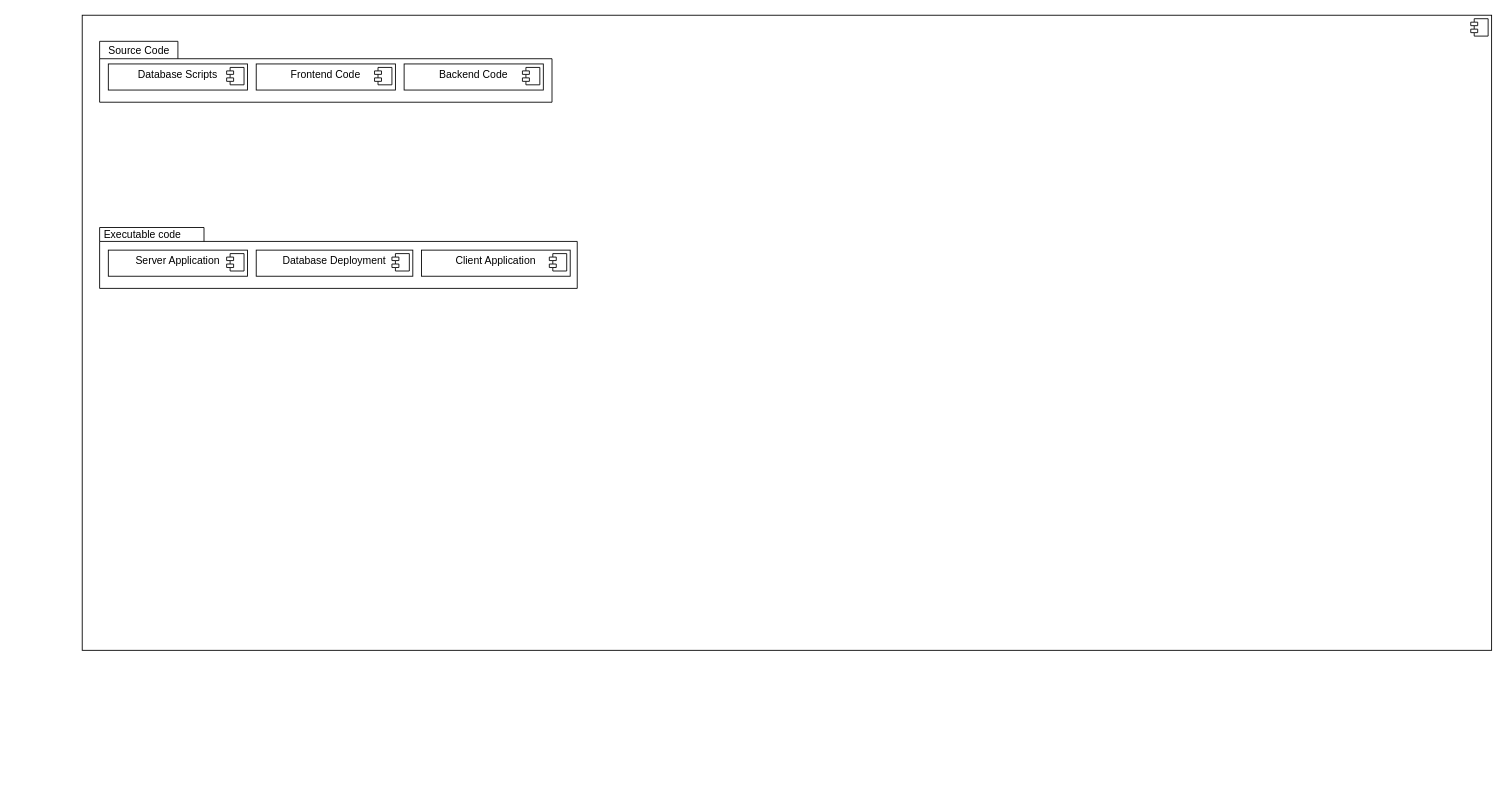
Earlier version of the draw.io diagram compent diagram.drawio (Harshul1484/BMP-). Source tidied: cells renumbered, new cells numbered last; positions are measured from the earlier drawing's top-left corner, leaving out a move shared by most shapes. Both pictures are drawn from the tidied source at 87%, with x=0, y=0 at pixel (82, 15).
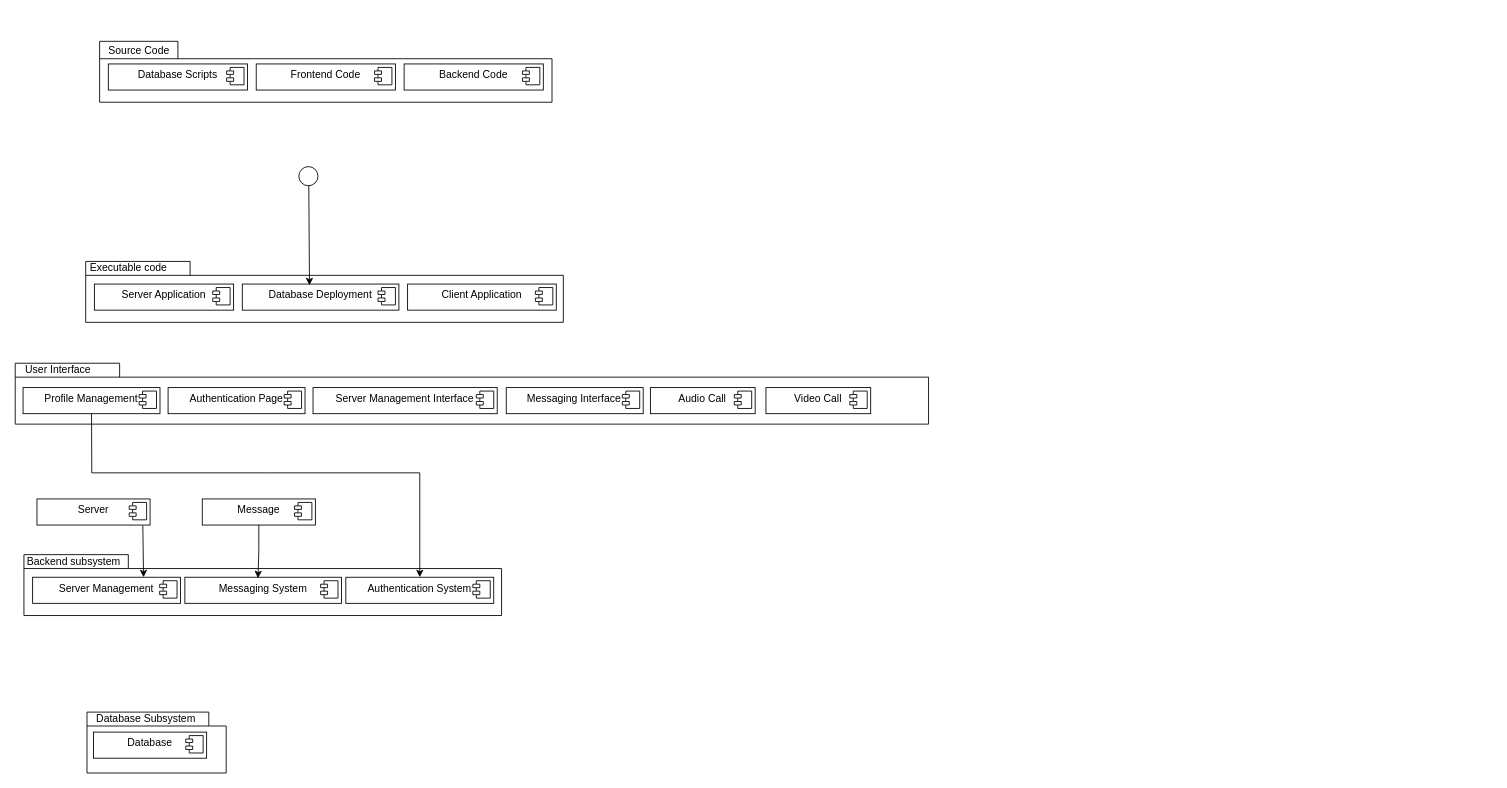
The same diagram, later.

Diff of the diagram source:
```diff
@@
-    <mxCell id="2" value="&lt;p style=&quot;margin:0px;margin-top:6px;text-align:center;&quot;&gt;&lt;br&gt;&lt;/p&gt;" style="align=left;overflow=fill;html=1;whiteSpace=wrap;" parent="1" vertex="1">
-      <mxGeometry width="1620" height="730" as="geometry" />
-    </mxCell>
-    <mxCell id="3" style="shape=component;jettyWidth=8;jettyHeight=4;" parent="2" vertex="1">
-      <mxGeometry x="1" width="20" height="20" relative="1" as="geometry">
-        <mxPoint x="-24" y="4" as="offset" />
-      </mxGeometry>
-    </mxCell>
+    <mxCell id="22" style="group;" parent="1" vertex="1">
+      <mxGeometry x="4" y="279" width="570" height="74" as="geometry" />
+    </mxCell>
+    <mxCell id="23" style="group;" parent="22" vertex="1">
+      <mxGeometry width="570" height="74" as="geometry" />
+    </mxCell>
+    <mxCell id="24" style="shape=folder;fontStyle=1;spacingTop=10;tabWidth=120;tabHeight=16;tabPosition=left;html=1;whiteSpace=wrap;" parent="23" vertex="1">
+      <mxGeometry y="4" width="549" height="70" as="geometry" />
+    </mxCell>
+    <mxCell id="25" value="Executable code" style="text;html=1;align=center;verticalAlign=middle;strokeColor=none;fillColor=none;" parent="23" vertex="1">
+      <mxGeometry x="-6.4" y="-3" width="110" height="30" as="geometry" />
+    </mxCell>
+    <mxCell id="16" value="&lt;p style=&quot;margin:0px;margin-top:6px;text-align:center;&quot;&gt;&lt;span style=&quot;background-color: initial;&quot;&gt;Client Application&lt;/span&gt;&lt;br&gt;&lt;/p&gt;" style="align=left;overflow=fill;html=1;whiteSpace=wrap;" parent="23" vertex="1">
+      <mxGeometry x="370" y="30" width="170.9" height="30" as="geometry" />
+    </mxCell>
+    <mxCell id="26" style="shape=component;jettyWidth=8;jettyHeight=4;" parent="16" vertex="1">
+      <mxGeometry x="1" width="20" height="20" relative="1" as="geometry">
+        <mxPoint x="-24" y="4" as="offset" />
+      </mxGeometry>
+    </mxCell>
+    <mxCell id="18" value="&lt;p style=&quot;margin:0px;margin-top:6px;text-align:center;&quot;&gt;&lt;span style=&quot;background-color: initial;&quot;&gt;Server Application&lt;/span&gt;&lt;br&gt;&lt;/p&gt;" style="align=left;overflow=fill;html=1;whiteSpace=wrap;" parent="22" vertex="1">
+      <mxGeometry x="10" y="30" width="160" height="30" as="geometry" />
+    </mxCell>
+    <mxCell id="27" style="shape=component;jettyWidth=8;jettyHeight=4;" parent="18" vertex="1">
+      <mxGeometry x="1" width="20" height="20" relative="1" as="geometry">
+        <mxPoint x="-24" y="4" as="offset" />
+      </mxGeometry>
+    </mxCell>
+    <mxCell id="20" value="&lt;p style=&quot;margin:0px;margin-top:6px;text-align:center;&quot;&gt;&lt;span style=&quot;background-color: initial;&quot;&gt;Database Deployment&lt;/span&gt;&lt;br&gt;&lt;/p&gt;" style="align=left;overflow=fill;html=1;whiteSpace=wrap;" parent="22" vertex="1">
+      <mxGeometry x="180" y="30" width="180" height="30" as="geometry" />
+    </mxCell>
+    <mxCell id="28" style="shape=component;jettyWidth=8;jettyHeight=4;" parent="20" vertex="1">
+      <mxGeometry x="1" width="20" height="20" relative="1" as="geometry">
+        <mxPoint x="-24" y="4" as="offset" />
+      </mxGeometry>
+    </mxCell>
+    <mxCell id="29" style="group;" parent="1" vertex="1">
+      <mxGeometry x="-77" y="396" width="1090" height="74" as="geometry" />
+    </mxCell>
+    <mxCell id="30" style="group;" parent="29" vertex="1">
+      <mxGeometry x="-0.7" y="-3" width="1050.5" height="77" as="geometry" />
+    </mxCell>
+    <mxCell id="31" style="shape=folder;fontStyle=1;spacingTop=10;tabWidth=120;tabHeight=16;tabPosition=left;html=1;whiteSpace=wrap;" parent="30" vertex="1">
+      <mxGeometry x="0.7" y="7" width="1049.8" height="70" as="geometry" />
+    </mxCell>
+    <mxCell id="32" value="User Interface" style="text;html=1;align=center;verticalAlign=middle;strokeColor=none;fillColor=none;" parent="30" vertex="1">
+      <mxGeometry width="100" height="30" as="geometry" />
+    </mxCell>
+    <mxCell id="33" value="&lt;p style=&quot;margin:0px;margin-top:6px;text-align:center;&quot;&gt;&lt;span style=&quot;background-color: initial;&quot;&gt;Video Call&lt;/span&gt;&lt;br&gt;&lt;/p&gt;" style="align=left;overflow=fill;html=1;whiteSpace=wrap;" parent="30" vertex="1">
+      <mxGeometry x="863.6" y="35" width="120.4" height="30" as="geometry" />
+    </mxCell>
+    <mxCell id="34" style="shape=component;jettyWidth=8;jettyHeight=4;" parent="33" vertex="1">
+      <mxGeometry x="1" width="20" height="20" relative="1" as="geometry">
+        <mxPoint x="-24" y="4" as="offset" />
+      </mxGeometry>
+    </mxCell>
+    <mxCell id="35" value="&lt;p style=&quot;margin:0px;margin-top:6px;text-align:center;&quot;&gt;&lt;span style=&quot;background-color: initial;&quot;&gt;Audio Call&lt;/span&gt;&lt;br&gt;&lt;/p&gt;" style="align=left;overflow=fill;html=1;whiteSpace=wrap;" parent="30" vertex="1">
+      <mxGeometry x="730.8" y="35" width="120.4" height="30" as="geometry" />
+    </mxCell>
+    <mxCell id="36" style="shape=component;jettyWidth=8;jettyHeight=4;" parent="35" vertex="1">
+      <mxGeometry x="1" width="20" height="20" relative="1" as="geometry">
+        <mxPoint x="-24" y="4" as="offset" />
+      </mxGeometry>
+    </mxCell>
+    <mxCell id="37" value="&lt;p style=&quot;margin:0px;margin-top:6px;text-align:center;&quot;&gt;&lt;span style=&quot;background-color: initial;&quot;&gt;Profile Management&lt;/span&gt;&lt;br&gt;&lt;/p&gt;" style="align=left;overflow=fill;html=1;whiteSpace=wrap;" parent="30" vertex="1">
+      <mxGeometry x="9.7" y="35" width="157.4" height="30" as="geometry" />
+    </mxCell>
+    <mxCell id="38" style="shape=component;jettyWidth=8;jettyHeight=4;" parent="37" vertex="1">
+      <mxGeometry x="1" width="20" height="20" relative="1" as="geometry">
+        <mxPoint x="-24" y="4" as="offset" />
+      </mxGeometry>
+    </mxCell>
+    <mxCell id="39" value="&lt;p style=&quot;margin:0px;margin-top:6px;text-align:center;&quot;&gt;&lt;span style=&quot;background-color: initial;&quot;&gt;Authentication Page&lt;/span&gt;&lt;br&gt;&lt;/p&gt;" style="align=left;overflow=fill;html=1;whiteSpace=wrap;" parent="30" vertex="1">
+      <mxGeometry x="176.4" y="35" width="157.4" height="30" as="geometry" />
+    </mxCell>
+    <mxCell id="40" style="shape=component;jettyWidth=8;jettyHeight=4;" parent="39" vertex="1">
+      <mxGeometry x="1" width="20" height="20" relative="1" as="geometry">
+        <mxPoint x="-24" y="4" as="offset" />
+      </mxGeometry>
+    </mxCell>
+    <mxCell id="41" value="&lt;p style=&quot;margin:0px;margin-top:6px;text-align:center;&quot;&gt;&lt;span style=&quot;background-color: initial;&quot;&gt;Server Management Interface&lt;/span&gt;&lt;br&gt;&lt;/p&gt;" style="align=left;overflow=fill;html=1;whiteSpace=wrap;" parent="30" vertex="1">
+      <mxGeometry x="343" y="35" width="211.7" height="30" as="geometry" />
+    </mxCell>
+    <mxCell id="42" style="shape=component;jettyWidth=8;jettyHeight=4;" parent="41" vertex="1">
+      <mxGeometry x="1" width="20" height="20" relative="1" as="geometry">
+        <mxPoint x="-24" y="4" as="offset" />
+      </mxGeometry>
+    </mxCell>
+    <mxCell id="43" value="&lt;p style=&quot;margin:0px;margin-top:6px;text-align:center;&quot;&gt;&lt;span style=&quot;background-color: initial;&quot;&gt;Messaging Interface&lt;/span&gt;&lt;br&gt;&lt;/p&gt;" style="align=left;overflow=fill;html=1;whiteSpace=wrap;" parent="30" vertex="1">
+      <mxGeometry x="565.1" y="35" width="157.4" height="30" as="geometry" />
+    </mxCell>
+    <mxCell id="44" style="shape=component;jettyWidth=8;jettyHeight=4;" parent="43" vertex="1">
+      <mxGeometry x="1" width="20" height="20" relative="1" as="geometry">
+        <mxPoint x="-24" y="4" as="offset" />
+      </mxGeometry>
+    </mxCell>
+    <mxCell id="45" style="edgeStyle=orthogonalEdgeStyle;rounded=0;orthogonalLoop=1;jettySize=auto;html=1;" parent="1" edge="1">
+      <mxGeometry relative="1" as="geometry">
+        <mxPoint x="1466.3" y="365" as="targetPoint" />
+      </mxGeometry>
+    </mxCell>
+    <mxCell id="46" style="group;" parent="1" vertex="1">
+      <mxGeometry x="3" y="794" width="162.5" height="77" as="geometry" />
+    </mxCell>
+    <mxCell id="14" style="shape=folder;fontStyle=1;spacingTop=10;tabWidth=140;tabHeight=16;tabPosition=left;html=1;whiteSpace=wrap;" parent="46" vertex="1">
+      <mxGeometry x="2.5" y="7" width="160" height="70" as="geometry" />
+    </mxCell>
+    <mxCell id="15" value="Database Subsystem" style="text;html=1;align=center;verticalAlign=middle;strokeColor=none;fillColor=none;" parent="46" vertex="1">
+      <mxGeometry width="140" height="30" as="geometry" />
+    </mxCell>
+    <mxCell id="47" value="&lt;p style=&quot;margin:0px;margin-top:6px;text-align:center;&quot;&gt;&lt;span style=&quot;background-color: initial;&quot;&gt;Database&lt;/span&gt;&lt;br&gt;&lt;/p&gt;" style="align=left;overflow=fill;html=1;whiteSpace=wrap;" parent="46" vertex="1">
+      <mxGeometry x="10" y="30" width="130" height="30" as="geometry" />
+    </mxCell>
+    <mxCell id="48" style="shape=component;jettyWidth=8;jettyHeight=4;" parent="47" vertex="1">
+      <mxGeometry x="1" width="20" height="20" relative="1" as="geometry">
+        <mxPoint x="-24" y="4" as="offset" />
+      </mxGeometry>
+    </mxCell>
+    <mxCell id="49" style="group;" parent="1" vertex="1">
+      <mxGeometry x="20" y="26" width="520" height="74" as="geometry" />
+    </mxCell>
-    <mxCell id="4" style="group;" parent="1" vertex="1">
-      <mxGeometry x="20" y="26" width="520" height="74" as="geometry" />
+    <mxCell id="4" style="group;" parent="49" vertex="1">
+      <mxGeometry width="520" height="74" as="geometry" />
     </mxCell>
@@
-    <mxCell id="7" value="&lt;p style=&quot;margin:0px;margin-top:6px;text-align:center;&quot;&gt;&lt;span style=&quot;background-color: initial;&quot;&gt;Database Scripts&lt;/span&gt;&lt;br&gt;&lt;/p&gt;" style="align=left;overflow=fill;html=1;whiteSpace=wrap;" parent="1" vertex="1">
-      <mxGeometry x="30" y="56" width="160" height="30" as="geometry" />
+    <mxCell id="7" value="&lt;p style=&quot;margin:0px;margin-top:6px;text-align:center;&quot;&gt;&lt;span style=&quot;background-color: initial;&quot;&gt;Database Scripts&lt;/span&gt;&lt;br&gt;&lt;/p&gt;" style="align=left;overflow=fill;html=1;whiteSpace=wrap;" parent="49" vertex="1">
+      <mxGeometry x="10" y="30" width="160" height="30" as="geometry" />
     </mxCell>
@@
-    <mxCell id="9" value="&lt;p style=&quot;margin:0px;margin-top:6px;text-align:center;&quot;&gt;&lt;span style=&quot;background-color: initial;&quot;&gt;Frontend Code&lt;/span&gt;&lt;br&gt;&lt;/p&gt;" style="align=left;overflow=fill;html=1;whiteSpace=wrap;" parent="1" vertex="1">
-      <mxGeometry x="200" y="56" width="160" height="30" as="geometry" />
+    <mxCell id="9" value="&lt;p style=&quot;margin:0px;margin-top:6px;text-align:center;&quot;&gt;&lt;span style=&quot;background-color: initial;&quot;&gt;Frontend Code&lt;/span&gt;&lt;br&gt;&lt;/p&gt;" style="align=left;overflow=fill;html=1;whiteSpace=wrap;" parent="49" vertex="1">
+      <mxGeometry x="180" y="30" width="160" height="30" as="geometry" />
     </mxCell>
@@
-    <mxCell id="11" value="&lt;p style=&quot;margin:0px;margin-top:6px;text-align:center;&quot;&gt;&lt;span style=&quot;background-color: initial;&quot;&gt;Backend Code&lt;/span&gt;&lt;br&gt;&lt;/p&gt;" style="align=left;overflow=fill;html=1;whiteSpace=wrap;" parent="1" vertex="1">
-      <mxGeometry x="370" y="56" width="160" height="30" as="geometry" />
+    <mxCell id="11" value="&lt;p style=&quot;margin:0px;margin-top:6px;text-align:center;&quot;&gt;&lt;span style=&quot;background-color: initial;&quot;&gt;Backend Code&lt;/span&gt;&lt;br&gt;&lt;/p&gt;" style="align=left;overflow=fill;html=1;whiteSpace=wrap;" parent="49" vertex="1">
+      <mxGeometry x="350" y="30" width="160" height="30" as="geometry" />
     </mxCell>
@@
-    <mxCell id="13" style="group;" parent="1" vertex="1">
-      <mxGeometry x="20" y="240" width="570" height="74" as="geometry" />
-    </mxCell>
-    <mxCell id="14" style="shape=folder;fontStyle=1;spacingTop=10;tabWidth=120;tabHeight=16;tabPosition=left;html=1;whiteSpace=wrap;" parent="13" vertex="1">
-      <mxGeometry y="4" width="549" height="70" as="geometry" />
-    </mxCell>
-    <mxCell id="15" value="Executable code" style="text;html=1;align=center;verticalAlign=middle;strokeColor=none;fillColor=none;" parent="13" vertex="1">
-      <mxGeometry x="-6.4" y="-3" width="110" height="30" as="geometry" />
-    </mxCell>
-    <mxCell id="16" value="&lt;p style=&quot;margin:0px;margin-top:6px;text-align:center;&quot;&gt;&lt;span style=&quot;background-color: initial;&quot;&gt;Client Application&lt;/span&gt;&lt;br&gt;&lt;/p&gt;" style="align=left;overflow=fill;html=1;whiteSpace=wrap;" parent="13" vertex="1">
-      <mxGeometry x="370" y="30" width="170.9" height="30" as="geometry" />
-    </mxCell>
-    <mxCell id="17" style="shape=component;jettyWidth=8;jettyHeight=4;" parent="16" vertex="1">
-      <mxGeometry x="1" width="20" height="20" relative="1" as="geometry">
-        <mxPoint x="-24" y="4" as="offset" />
-      </mxGeometry>
-    </mxCell>
-    <mxCell id="18" value="&lt;p style=&quot;margin:0px;margin-top:6px;text-align:center;&quot;&gt;&lt;span style=&quot;background-color: initial;&quot;&gt;Server Application&lt;/span&gt;&lt;br&gt;&lt;/p&gt;" style="align=left;overflow=fill;html=1;whiteSpace=wrap;" parent="1" vertex="1">
-      <mxGeometry x="30" y="270" width="160" height="30" as="geometry" />
-    </mxCell>
-    <mxCell id="19" style="shape=component;jettyWidth=8;jettyHeight=4;" parent="18" vertex="1">
-      <mxGeometry x="1" width="20" height="20" relative="1" as="geometry">
-        <mxPoint x="-24" y="4" as="offset" />
-      </mxGeometry>
-    </mxCell>
-    <mxCell id="20" value="&lt;p style=&quot;margin:0px;margin-top:6px;text-align:center;&quot;&gt;&lt;span style=&quot;background-color: initial;&quot;&gt;Database Deployment&lt;/span&gt;&lt;br&gt;&lt;/p&gt;" style="align=left;overflow=fill;html=1;whiteSpace=wrap;" parent="1" vertex="1">
-      <mxGeometry x="200" y="270" width="180" height="30" as="geometry" />
-    </mxCell>
-    <mxCell id="21" style="shape=component;jettyWidth=8;jettyHeight=4;" parent="20" vertex="1">
-      <mxGeometry x="1" width="20" height="20" relative="1" as="geometry">
-        <mxPoint x="-24" y="4" as="offset" />
-      </mxGeometry>
-    </mxCell>
+    <mxCell id="50" style="group;" parent="1" vertex="1">
+      <mxGeometry x="-67" y="556" width="570" height="134" as="geometry" />
+    </mxCell>
+    <mxCell id="51" style="group;" parent="50" vertex="1">
+      <mxGeometry y="60" width="570" height="74" as="geometry" />
+    </mxCell>
+    <mxCell id="52" style="group;" parent="51" vertex="1">
+      <mxGeometry width="570" height="74" as="geometry" />
+    </mxCell>
+    <mxCell id="53" style="shape=folder;fontStyle=1;spacingTop=10;tabWidth=120;tabHeight=16;tabPosition=left;html=1;whiteSpace=wrap;" parent="52" vertex="1">
+      <mxGeometry y="4" width="549" height="70" as="geometry" />
+    </mxCell>
+    <mxCell id="54" value="Backend subsystem" style="text;html=1;align=center;verticalAlign=middle;strokeColor=none;fillColor=none;" parent="52" vertex="1">
+      <mxGeometry x="-8.4" y="-3" width="130" height="30" as="geometry" />
+    </mxCell>
+    <mxCell id="55" value="&lt;p style=&quot;margin:0px;margin-top:6px;text-align:center;&quot;&gt;&lt;span style=&quot;background-color: initial;&quot;&gt;Authentication System&lt;/span&gt;&lt;br&gt;&lt;/p&gt;" style="align=left;overflow=fill;html=1;whiteSpace=wrap;" parent="52" vertex="1">
+      <mxGeometry x="370" y="30" width="170" height="30" as="geometry" />
+    </mxCell>
+    <mxCell id="56" style="shape=component;jettyWidth=8;jettyHeight=4;" parent="55" vertex="1">
+      <mxGeometry x="1" width="20" height="20" relative="1" as="geometry">
+        <mxPoint x="-24" y="4" as="offset" />
+      </mxGeometry>
+    </mxCell>
+    <mxCell id="57" value="&lt;p style=&quot;margin:0px;margin-top:6px;text-align:center;&quot;&gt;&lt;span style=&quot;background-color: initial;&quot;&gt;Server Management&lt;/span&gt;&lt;br&gt;&lt;/p&gt;" style="align=left;overflow=fill;html=1;whiteSpace=wrap;" parent="51" vertex="1">
+      <mxGeometry x="10" y="30" width="170" height="30" as="geometry" />
+    </mxCell>
+    <mxCell id="58" style="shape=component;jettyWidth=8;jettyHeight=4;" parent="57" vertex="1">
+      <mxGeometry x="1" width="20" height="20" relative="1" as="geometry">
+        <mxPoint x="-24" y="4" as="offset" />
+      </mxGeometry>
+    </mxCell>
+    <mxCell id="59" value="&lt;p style=&quot;margin:0px;margin-top:6px;text-align:center;&quot;&gt;&lt;span style=&quot;background-color: initial;&quot;&gt;Messaging System&lt;/span&gt;&lt;br&gt;&lt;/p&gt;" style="align=left;overflow=fill;html=1;whiteSpace=wrap;" parent="51" vertex="1">
+      <mxGeometry x="185" y="30" width="180" height="30" as="geometry" />
+    </mxCell>
+    <mxCell id="60" style="shape=component;jettyWidth=8;jettyHeight=4;" parent="59" vertex="1">
+      <mxGeometry x="1" width="20" height="20" relative="1" as="geometry">
+        <mxPoint x="-24" y="4" as="offset" />
+      </mxGeometry>
+    </mxCell>
+    <mxCell id="61" value="&lt;p style=&quot;margin:0px;margin-top:6px;text-align:center;&quot;&gt;&lt;span style=&quot;background-color: initial;&quot;&gt;Server&lt;/span&gt;&lt;br&gt;&lt;/p&gt;" style="align=left;overflow=fill;html=1;whiteSpace=wrap;" parent="50" vertex="1">
+      <mxGeometry x="15" width="130" height="30" as="geometry" />
+    </mxCell>
+    <mxCell id="62" style="shape=component;jettyWidth=8;jettyHeight=4;" parent="61" vertex="1">
+      <mxGeometry x="1" width="20" height="20" relative="1" as="geometry">
+        <mxPoint x="-24" y="4" as="offset" />
+      </mxGeometry>
+    </mxCell>
+    <mxCell id="63" value="&lt;p style=&quot;margin:0px;margin-top:6px;text-align:center;&quot;&gt;&lt;span style=&quot;background-color: initial;&quot;&gt;Message&lt;/span&gt;&lt;br&gt;&lt;/p&gt;" style="align=left;overflow=fill;html=1;whiteSpace=wrap;" parent="50" vertex="1">
+      <mxGeometry x="205" width="130" height="30" as="geometry" />
+    </mxCell>
+    <mxCell id="64" style="shape=component;jettyWidth=8;jettyHeight=4;" parent="63" vertex="1">
+      <mxGeometry x="1" width="20" height="20" relative="1" as="geometry">
+        <mxPoint x="-24" y="4" as="offset" />
+      </mxGeometry>
+    </mxCell>
+    <mxCell id="65" style="edgeStyle=orthogonalEdgeStyle;rounded=0;jettySize=auto;html=1;exitX=0.5;exitY=1;exitDx=0;exitDy=0;entryX=0.467;entryY=0.037;entryDx=0;entryDy=0;entryPerimeter=0;" parent="50" edge="1" source="63" target="59">
+      <mxGeometry relative="1" as="geometry" />
+    </mxCell>
+    <mxCell id="66" style="endArrow=classic;html=1;rounded=0;exitX=0.936;exitY=1.022;exitDx=0;exitDy=0;exitPerimeter=0;entryX=0.75;entryY=0;entryDx=0;entryDy=0;" parent="50" edge="1" source="61" target="57">
+      <mxGeometry relative="1" as="geometry" />
+    </mxCell>
+    <mxCell id="67" style="endArrow=classic;html=1;rounded=0;exitX=0.5;exitY=1;exitDx=0;exitDy=0;entryX=0.5;entryY=0;entryDx=0;entryDy=0;" parent="1" edge="1" source="37" target="55">
+      <mxGeometry relative="1" as="geometry">
+        <Array as="points">
+          <mxPoint x="11" y="526" />
+          <mxPoint x="213" y="526" />
+          <mxPoint x="388" y="526" />
+        </Array>
+      </mxGeometry>
+    </mxCell>
+    <mxCell id="68" style="ellipse;html=1;shape=startState;fillColor=none;strokeColor=#000000;" parent="1" vertex="1">
+      <mxGeometry x="245" y="170" width="30" height="30" as="geometry" />
+    </mxCell>
+    <mxCell id="69" style="endArrow=classic;html=1;rounded=0;exitX=0.515;exitY=0.858;exitDx=0;exitDy=0;exitPerimeter=0;entryX=0.429;entryY=0.047;entryDx=0;entryDy=0;entryPerimeter=0;" parent="1" edge="1" source="68" target="20">
+      <mxGeometry relative="1" as="geometry" />
+    </mxCell>
```
